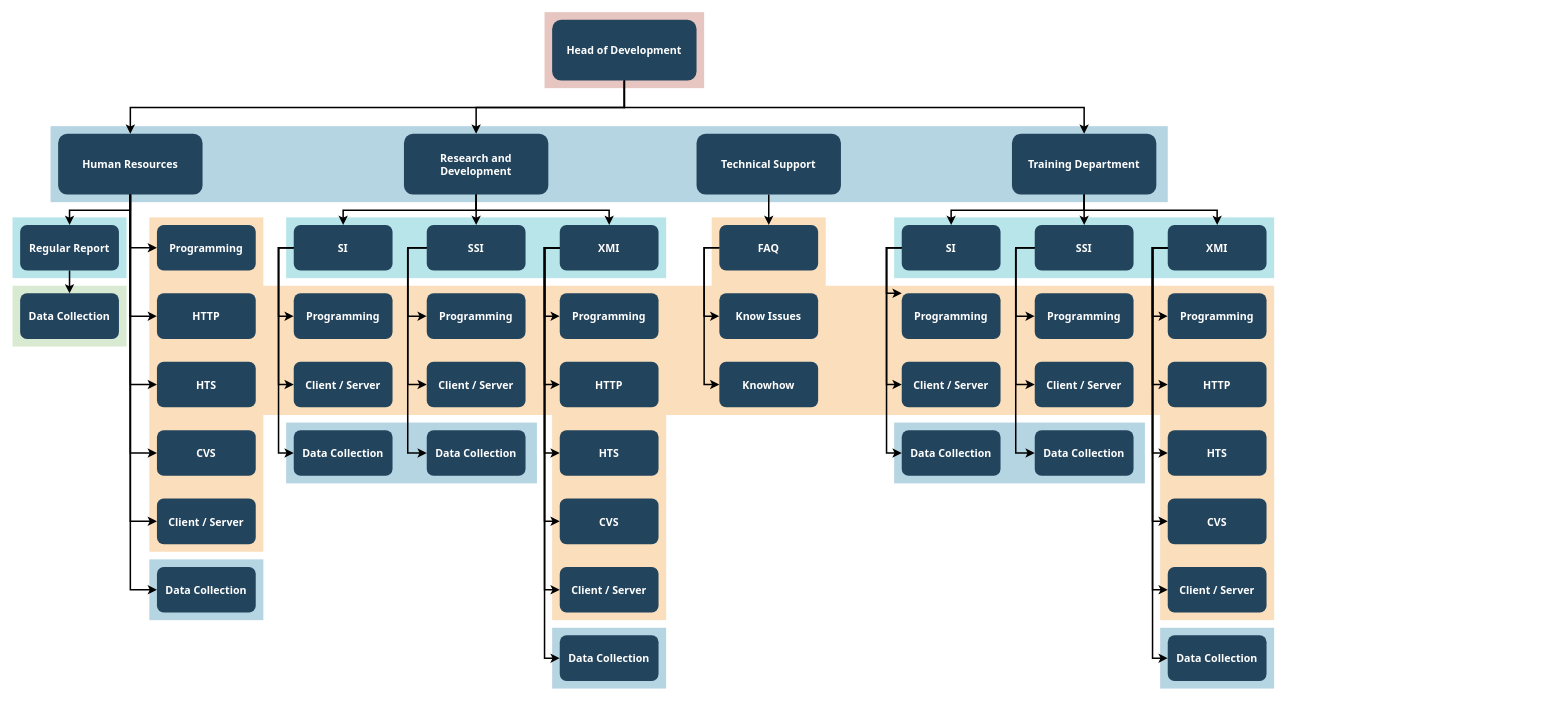
Proxym0/BuildingsTandem keeps this draw.io diagram as src/main/java/com/example/Диаграмма без названия.drawio. Above is the earlier version. Source tidied: cells renumbered, new cells numbered last; positions are measured from the earlier drawing's top-left corner, leaving out a move shared by most shapes. Both pictures are drawn from the tidied source at 76%, with x=0, y=0 at pixel (12, 12).
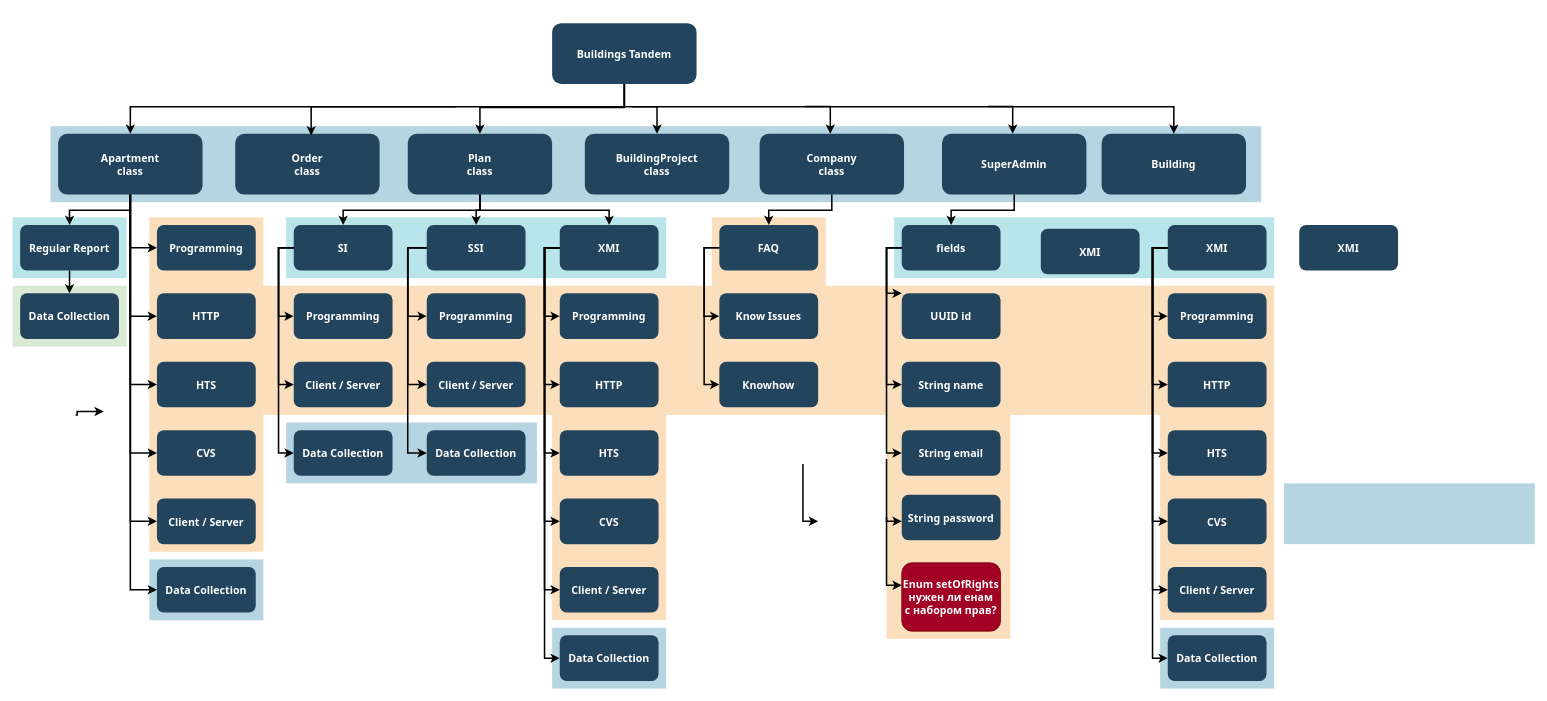
The same diagram, later.

Unchanged cells that the change refers to:
```xml
<mxCell id="58" value="XMI" style="rounded=1;fillColor=#23445D;gradientColor=none;strokeColor=none;fontColor=#FFFFFF;fontStyle=1;fontFamily=Tahoma;fontSize=14;" parent="1" vertex="1">
  <mxGeometry x="1520" y="279.5" width="130" height="60" as="geometry" />
</mxCell>
```

The edit, as a diff of the source:
```diff
@@
-    <mxCell id="2" style="fillColor=#AE4132;strokeColor=none;opacity=30;" parent="1" vertex="1">
-      <mxGeometry x="700" y="-0.5" width="210" height="100" as="geometry" />
-    </mxCell>
+    <mxCell id="108" style="fillColor=#F2931E;strokeColor=none;opacity=30;" parent="1" vertex="1">
+      <mxGeometry x="1150" y="529.5" width="163" height="294.5" as="geometry" />
+    </mxCell>
     <mxCell id="3" style="fillColor=#10739E;strokeColor=none;opacity=30;" parent="1" vertex="1">
-      <mxGeometry x="50" y="149.5" width="1470" height="100" as="geometry" />
+      <mxGeometry x="50" y="149.5" width="1593" height="100" as="geometry" />
     </mxCell>
@@
     <mxCell id="10" style="fillColor=#10739E;strokeColor=none;opacity=30;" parent="1" vertex="1">
-      <mxGeometry x="1160" y="539.5" width="330" height="80" as="geometry" />
+      <mxGeometry x="1673" y="619.5" width="330" height="80" as="geometry" />
     </mxCell>
@@
-    <mxCell id="18" value="Head of Development" style="rounded=1;fillColor=#23445D;gradientColor=none;strokeColor=none;fontColor=#FFFFFF;fontStyle=1;fontFamily=Tahoma;fontSize=14;" parent="1" vertex="1">
-      <mxGeometry x="710" y="9.5" width="190" height="80" as="geometry" />
-    </mxCell>
-    <mxCell id="19" value="Training Department" style="rounded=1;fillColor=#23445D;gradientColor=none;strokeColor=none;fontColor=#FFFFFF;fontStyle=1;fontFamily=Tahoma;fontSize=14;" parent="1" vertex="1">
-      <mxGeometry x="1315" y="159.5" width="190" height="80" as="geometry" />
+    <mxCell id="19" value="SuperAdmin" style="rounded=1;fillColor=#23445D;gradientColor=none;strokeColor=none;fontColor=#FFFFFF;fontStyle=1;fontFamily=Tahoma;fontSize=14;" parent="1" vertex="1">
+      <mxGeometry x="1223" y="159.5" width="190" height="80" as="geometry" />
     </mxCell>
-    <mxCell id="20" style="edgeStyle=elbowEdgeStyle;elbow=vertical;strokeWidth=2;rounded=0;" parent="1" edge="1" source="18" target="19">
-      <mxGeometry x="337" y="215.5" as="geometry" />
+    <mxCell id="20" style="edgeStyle=elbowEdgeStyle;elbow=vertical;strokeWidth=2;rounded=0;entryX=0.5;entryY=0;entryDx=0;entryDy=0;" parent="1" edge="1" target="113">
+      <mxGeometry x="337" y="215.5" as="geometry">
+        <mxPoint x="805" y="85" as="sourcePoint" />
+        <Array as="points">
+          <mxPoint x="1093" y="124" />
+          <mxPoint x="813" y="124" />
+          <mxPoint x="1313" y="119.5" />
+        </Array>
+      </mxGeometry>
     </mxCell>
-    <mxCell id="21" value="Technical Support" style="rounded=1;fillColor=#23445D;gradientColor=none;strokeColor=none;fontColor=#FFFFFF;fontStyle=1;fontFamily=Tahoma;fontSize=14;" parent="1" vertex="1">
-      <mxGeometry x="900" y="159.5" width="190" height="80" as="geometry" />
+    <mxCell id="21" value="Company&#10;class" style="rounded=1;fillColor=#23445D;gradientColor=none;strokeColor=none;fontColor=#FFFFFF;fontStyle=1;fontFamily=Tahoma;fontSize=14;" parent="1" vertex="1">
+      <mxGeometry x="983" y="159.5" width="190" height="80" as="geometry" />
     </mxCell>
-    <mxCell id="22" value="Research and &#10;Development" style="rounded=1;fillColor=#23445D;gradientColor=none;strokeColor=none;fontColor=#FFFFFF;fontStyle=1;fontFamily=Tahoma;fontSize=14;" parent="1" vertex="1">
-      <mxGeometry x="515" y="159.5" width="190" height="80" as="geometry" />
+    <mxCell id="22" value="Plan &#10;class" style="rounded=1;fillColor=#23445D;gradientColor=none;strokeColor=none;fontColor=#FFFFFF;fontStyle=1;fontFamily=Tahoma;fontSize=14;" parent="1" vertex="1">
+      <mxGeometry x="520" y="159.5" width="190" height="80" as="geometry" />
     </mxCell>
-    <mxCell id="23" value="Human Resources" style="rounded=1;fillColor=#23445D;gradientColor=none;strokeColor=none;fontColor=#FFFFFF;fontStyle=1;fontFamily=Tahoma;fontSize=14;" parent="1" vertex="1">
+    <mxCell id="23" value="Apartment&#10;class" style="rounded=1;fillColor=#23445D;gradientColor=none;strokeColor=none;fontColor=#FFFFFF;fontStyle=1;fontFamily=Tahoma;fontSize=14;" parent="1" vertex="1">
       <mxGeometry x="60" y="159.5" width="190" height="80" as="geometry" />
     </mxCell>
@@
-    <mxCell id="50" value="SI" style="rounded=1;fillColor=#23445D;gradientColor=none;strokeColor=none;fontColor=#FFFFFF;fontStyle=1;fontFamily=Tahoma;fontSize=14;" parent="1" vertex="1">
+    <mxCell id="50" value="fields" style="rounded=1;fillColor=#23445D;gradientColor=none;strokeColor=none;fontColor=#FFFFFF;fontStyle=1;fontFamily=Tahoma;fontSize=14;" parent="1" vertex="1">
       <mxGeometry x="1170" y="279.5" width="130" height="60" as="geometry" />
     </mxCell>
-    <mxCell id="51" value="Programming" style="rounded=1;fillColor=#23445D;gradientColor=none;strokeColor=none;fontColor=#FFFFFF;fontStyle=1;fontFamily=Tahoma;fontSize=14;" parent="1" vertex="1">
+    <mxCell id="51" value="UUID id" style="rounded=1;fillColor=#23445D;gradientColor=none;strokeColor=none;fontColor=#FFFFFF;fontStyle=1;fontFamily=Tahoma;fontSize=14;" parent="1" vertex="1">
       <mxGeometry x="1170" y="369.5" width="130" height="60" as="geometry" />
     </mxCell>
-    <mxCell id="52" value="Client / Server" style="rounded=1;fillColor=#23445D;gradientColor=none;strokeColor=none;fontColor=#FFFFFF;fontStyle=1;fontFamily=Tahoma;fontSize=14;" parent="1" vertex="1">
+    <mxCell id="52" value="String name" style="rounded=1;fillColor=#23445D;gradientColor=none;strokeColor=none;fontColor=#FFFFFF;fontStyle=1;fontFamily=Tahoma;fontSize=14;" parent="1" vertex="1">
       <mxGeometry x="1170" y="459.5" width="130" height="60" as="geometry" />
     </mxCell>
-    <mxCell id="53" value="Data Collection" style="rounded=1;fillColor=#23445D;gradientColor=none;strokeColor=none;fontColor=#FFFFFF;fontStyle=1;fontFamily=Tahoma;fontSize=14;" parent="1" vertex="1">
+    <mxCell id="53" value="String email" style="rounded=1;fillColor=#23445D;gradientColor=none;strokeColor=none;fontColor=#FFFFFF;fontStyle=1;fontFamily=Tahoma;fontSize=14;" parent="1" vertex="1">
       <mxGeometry x="1170" y="549.5" width="130" height="60" as="geometry" />
     </mxCell>
-    <mxCell id="54" value="SSI" style="rounded=1;fillColor=#23445D;gradientColor=none;strokeColor=none;fontColor=#FFFFFF;fontStyle=1;fontFamily=Tahoma;fontSize=14;" parent="1" vertex="1">
-      <mxGeometry x="1345" y="279.5" width="130" height="60" as="geometry" />
-    </mxCell>
-    <mxCell id="55" value="Programming" style="rounded=1;fillColor=#23445D;gradientColor=none;strokeColor=none;fontColor=#FFFFFF;fontStyle=1;fontFamily=Tahoma;fontSize=14;" parent="1" vertex="1">
-      <mxGeometry x="1345" y="369.5" width="130" height="60" as="geometry" />
-    </mxCell>
-    <mxCell id="56" value="Client / Server" style="rounded=1;fillColor=#23445D;gradientColor=none;strokeColor=none;fontColor=#FFFFFF;fontStyle=1;fontFamily=Tahoma;fontSize=14;" parent="1" vertex="1">
-      <mxGeometry x="1345" y="459.5" width="130" height="60" as="geometry" />
-    </mxCell>
-    <mxCell id="57" value="Data Collection" style="rounded=1;fillColor=#23445D;gradientColor=none;strokeColor=none;fontColor=#FFFFFF;fontStyle=1;fontFamily=Tahoma;fontSize=14;" parent="1" vertex="1">
-      <mxGeometry x="1345" y="549.5" width="130" height="60" as="geometry" />
-    </mxCell>
@@
-    <mxCell id="65" style="edgeStyle=elbowEdgeStyle;elbow=vertical;strokeWidth=2;rounded=0;" parent="1" edge="1" source="18" target="22">
-      <mxGeometry x="347" y="225.5" as="geometry" />
+    <mxCell id="65" style="edgeStyle=elbowEdgeStyle;elbow=vertical;strokeWidth=2;rounded=0;" parent="1" edge="1" target="22">
+      <mxGeometry x="347" y="225.5" as="geometry">
+        <mxPoint x="805" y="89.5" as="sourcePoint" />
+      </mxGeometry>
     </mxCell>
-    <mxCell id="66" style="edgeStyle=elbowEdgeStyle;elbow=vertical;strokeWidth=2;rounded=0;" parent="1" edge="1" source="18" target="23">
-      <mxGeometry x="-23" y="135.5" as="geometry" />
+    <mxCell id="66" style="edgeStyle=elbowEdgeStyle;elbow=vertical;strokeWidth=2;rounded=0;" parent="1" edge="1" target="23">
+      <mxGeometry x="-23" y="135.5" as="geometry">
+        <mxPoint x="805" y="89.5" as="sourcePoint" />
+        <Array as="points">
+          <mxPoint x="803" y="124" />
+        </Array>
+      </mxGeometry>
     </mxCell>
@@
-    <mxCell id="91" style="edgeStyle=elbowEdgeStyle;elbow=horizontal;strokeWidth=2;rounded=0;" parent="1" edge="1" source="54" target="55">
-      <mxGeometry x="-23" y="135.5" as="geometry">
-        <Array as="points">
-          <mxPoint x="1320" y="359.5" />
-        </Array>
-      </mxGeometry>
-    </mxCell>
-    <mxCell id="92" style="edgeStyle=elbowEdgeStyle;elbow=horizontal;strokeWidth=2;rounded=0;" parent="1" edge="1" source="54" target="56">
-      <mxGeometry x="-23" y="135.5" as="geometry">
-        <Array as="points">
-          <mxPoint x="1320" y="419.5" />
-        </Array>
-      </mxGeometry>
-    </mxCell>
-    <mxCell id="93" style="edgeStyle=elbowEdgeStyle;elbow=horizontal;strokeWidth=2;rounded=0;" parent="1" edge="1" source="54" target="57">
-      <mxGeometry x="-23" y="135.5" as="geometry">
-        <Array as="points">
-          <mxPoint x="1320" y="449.5" />
-        </Array>
-      </mxGeometry>
-    </mxCell>
@@
-    <mxCell id="104" style="edgeStyle=elbowEdgeStyle;elbow=vertical;strokeWidth=2;rounded=0;" parent="1" edge="1" source="19" target="54">
-      <mxGeometry x="-23" y="135.5" as="geometry" />
-    </mxCell>
@@
-    <mxCell id="106" style="edgeStyle=elbowEdgeStyle;elbow=vertical;strokeWidth=2;rounded=0;" parent="1" edge="1" source="19" target="58">
-      <mxGeometry x="-23" y="135.5" as="geometry" />
-    </mxCell>
@@
+    <mxCell id="109" value="Order&#10;class" style="rounded=1;fillColor=#23445D;gradientColor=none;strokeColor=none;fontColor=#FFFFFF;fontStyle=1;fontFamily=Tahoma;fontSize=14;" parent="1" vertex="1">
+      <mxGeometry x="293" y="159.5" width="190" height="80" as="geometry" />
+    </mxCell>
+    <mxCell id="110" style="edgeStyle=elbowEdgeStyle;elbow=horizontal;strokeWidth=2;rounded=0;" parent="1" edge="1">
+      <mxGeometry x="-23" y="135.5" as="geometry">
+        <mxPoint x="83" y="529.5" as="sourcePoint" />
+        <mxPoint x="120" y="525" as="targetPoint" />
+        <Array as="points">
+          <mxPoint x="85" y="384.5" />
+        </Array>
+      </mxGeometry>
+    </mxCell>
+    <mxCell id="111" value="BuildingProject&#10;class" style="rounded=1;fillColor=#23445D;gradientColor=none;strokeColor=none;fontColor=#FFFFFF;fontStyle=1;fontFamily=Tahoma;fontSize=14;" parent="1" vertex="1">
+      <mxGeometry x="753" y="159.5" width="190" height="80" as="geometry" />
+    </mxCell>
+    <mxCell id="112" value="Buildings Tandem" style="rounded=1;fillColor=#23445D;gradientColor=none;strokeColor=none;fontColor=#FFFFFF;fontStyle=1;fontFamily=Tahoma;fontSize=14;" parent="1" vertex="1">
+      <mxGeometry x="710" y="14" width="190" height="80" as="geometry" />
+    </mxCell>
+    <mxCell id="113" value="Building" style="rounded=1;fillColor=#23445D;gradientColor=none;strokeColor=none;fontColor=#FFFFFF;fontStyle=1;fontFamily=Tahoma;fontSize=14;" parent="1" vertex="1">
+      <mxGeometry x="1433" y="159.5" width="190" height="80" as="geometry" />
+    </mxCell>
+    <mxCell id="114" style="edgeStyle=elbowEdgeStyle;elbow=vertical;strokeWidth=2;rounded=0;entryX=0.526;entryY=0.028;entryDx=0;entryDy=0;entryPerimeter=0;" parent="1" edge="1" target="109">
+      <mxGeometry x="347" y="225.5" as="geometry">
+        <mxPoint x="583" y="124" as="sourcePoint" />
+        <Array as="points">
+          <mxPoint x="493" y="124" />
+        </Array>
+      </mxGeometry>
+    </mxCell>
+    <mxCell id="115" style="edgeStyle=elbowEdgeStyle;elbow=vertical;strokeWidth=2;rounded=0;entryX=0.5;entryY=0;entryDx=0;entryDy=0;" parent="1" edge="1" target="111">
+      <mxGeometry x="347" y="225.5" as="geometry">
+        <mxPoint x="815" y="124" as="sourcePoint" />
+        <Array as="points">
+          <mxPoint x="833" y="124" />
+        </Array>
+      </mxGeometry>
+    </mxCell>
+    <mxCell id="116" style="edgeStyle=elbowEdgeStyle;elbow=vertical;strokeWidth=2;rounded=0;entryX=0.5;entryY=0;entryDx=0;entryDy=0;" parent="1" edge="1">
+      <mxGeometry x="347" y="225.5" as="geometry">
+        <mxPoint x="1043" y="123.5" as="sourcePoint" />
+        <mxPoint x="1076" y="159.5" as="targetPoint" />
+        <Array as="points">
+          <mxPoint x="1061" y="123.5" />
+        </Array>
+      </mxGeometry>
+    </mxCell>
+    <mxCell id="117" style="edgeStyle=elbowEdgeStyle;elbow=vertical;strokeWidth=2;rounded=0;entryX=0.5;entryY=0;entryDx=0;entryDy=0;" parent="1" edge="1">
+      <mxGeometry x="347" y="225.5" as="geometry">
+        <mxPoint x="1283" y="123.5" as="sourcePoint" />
+        <mxPoint x="1316" y="159.5" as="targetPoint" />
+        <Array as="points">
+          <mxPoint x="1321" y="123.5" />
+        </Array>
+      </mxGeometry>
+    </mxCell>
+    <mxCell id="118" value="String password" style="rounded=1;fillColor=#23445D;gradientColor=none;strokeColor=none;fontColor=#FFFFFF;fontStyle=1;fontFamily=Tahoma;fontSize=14;" parent="1" vertex="1">
+      <mxGeometry x="1170" y="634.5" width="130" height="60" as="geometry" />
+    </mxCell>
+    <mxCell id="119" value="Enum setOfRights&#10;нужен ли енам &#10;с набором прав?" style="rounded=1;fillColor=#a20025;strokeColor=#6F0000;fontStyle=1;fontFamily=Tahoma;fontSize=14;fontColor=#ffffff;" parent="1" vertex="1">
+      <mxGeometry x="1170" y="724" width="130" height="90" as="geometry" />
+    </mxCell>
+    <mxCell id="120" style="edgeStyle=elbowEdgeStyle;elbow=horizontal;strokeWidth=2;rounded=0;exitX=0;exitY=0.197;exitDx=0;exitDy=0;exitPerimeter=0;" parent="1" edge="1" source="108">
+      <mxGeometry x="-23" y="135.5" as="geometry">
+        <mxPoint x="1170" y="669.5" as="targetPoint" />
+        <Array as="points">
+          <mxPoint x="1150" y="539" />
+        </Array>
+      </mxGeometry>
+    </mxCell>
+    <mxCell id="121" style="edgeStyle=elbowEdgeStyle;elbow=horizontal;strokeWidth=2;rounded=0;" parent="1" edge="1">
+      <mxGeometry x="-23" y="135.5" as="geometry">
+        <mxPoint x="1040" y="594" as="sourcePoint" />
+        <mxPoint x="1060" y="669.5" as="targetPoint" />
+        <Array as="points">
+          <mxPoint x="1040" y="539" />
+        </Array>
+      </mxGeometry>
+    </mxCell>
+    <mxCell id="122" style="edgeStyle=elbowEdgeStyle;elbow=horizontal;strokeWidth=2;rounded=0;exitX=0;exitY=0.197;exitDx=0;exitDy=0;exitPerimeter=0;" parent="1" edge="1">
+      <mxGeometry x="-23" y="135.5" as="geometry">
+        <mxPoint x="1150" y="664" as="sourcePoint" />
+        <mxPoint x="1170" y="753.5" as="targetPoint" />
+        <Array as="points">
+          <mxPoint x="1150" y="623" />
+        </Array>
+      </mxGeometry>
+    </mxCell>
+    <mxCell id="123" value="XMI" style="rounded=1;fillColor=#23445D;gradientColor=none;strokeColor=none;fontColor=#FFFFFF;fontStyle=1;fontFamily=Tahoma;fontSize=14;" parent="1" vertex="1">
+      <mxGeometry x="1353" y="284.5" width="130" height="60" as="geometry" />
+    </mxCell>
+    <mxCell id="124" value="XMI" style="rounded=1;fillColor=#23445D;gradientColor=none;strokeColor=none;fontColor=#FFFFFF;fontStyle=1;fontFamily=Tahoma;fontSize=14;" parent="1" vertex="1">
+      <mxGeometry x="1693" y="279.5" width="130" height="60" as="geometry" />
+    </mxCell>
```
